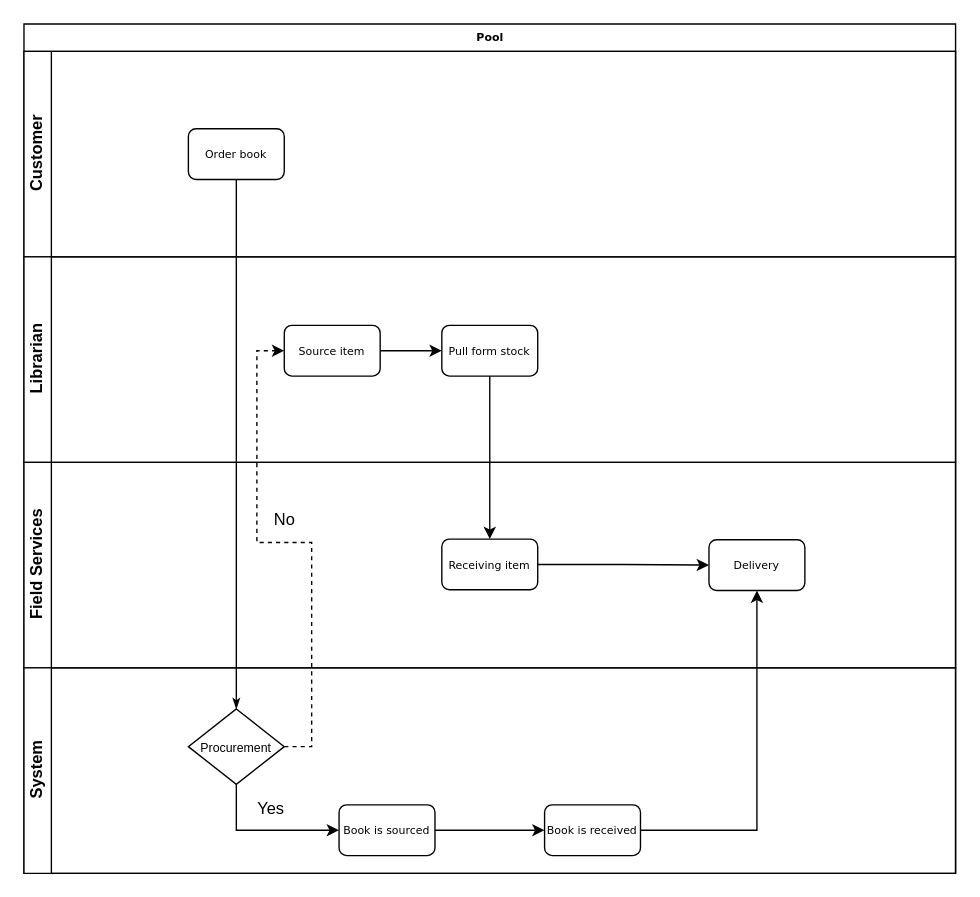
The draw.io diagram flow-chart-order.drawio in thang21022000/UseCaseFinalProject, before the edit. Source tidied: cells renumbered, new cells numbered last; positions are measured from the earlier drawing's top-left corner, leaving out a move shared by most shapes. Both pictures are drawn from the tidied source at 137%, with x=0, y=0 at pixel (23, 23).
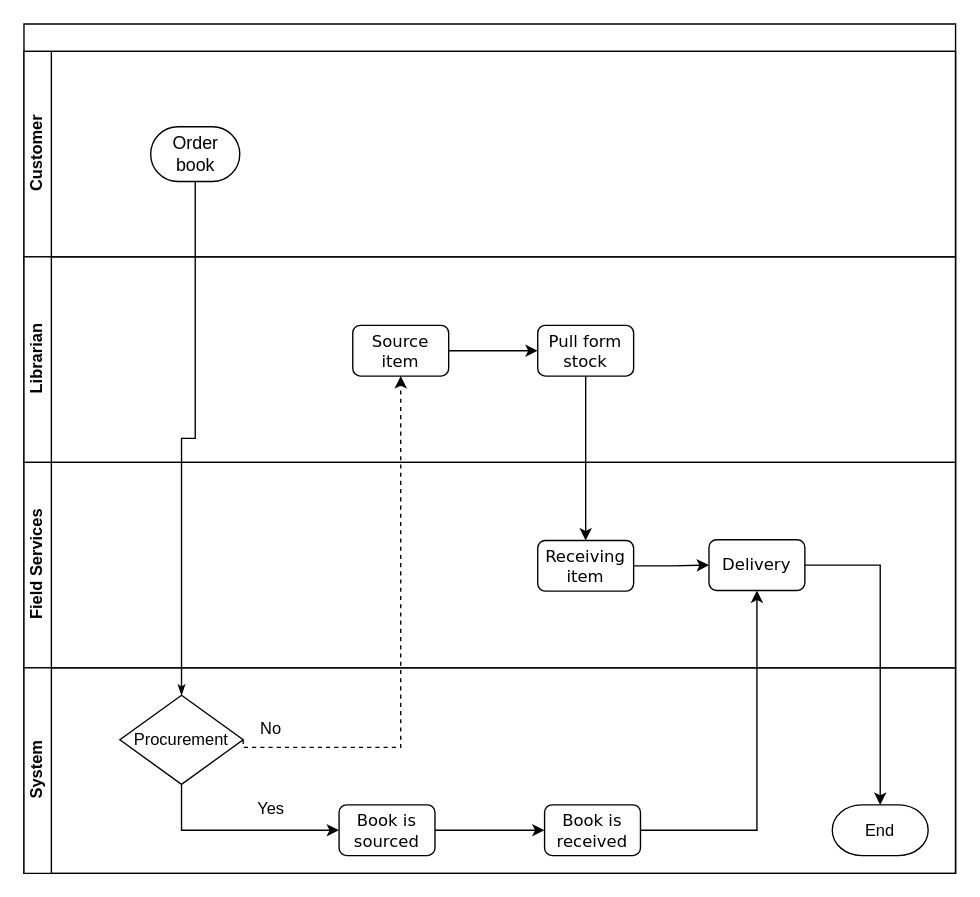
Above is the later version.

The change refers to these unchanged cells:
```xml
<mxCell id="3" value="Customer" style="swimlane;html=1;startSize=20;horizontal=0;" parent="2" vertex="1">
  <mxGeometry y="20" width="680" height="150" as="geometry" />
</mxCell>
<mxCell id="5" value="Librarian" style="swimlane;html=1;startSize=20;horizontal=0;" parent="2" vertex="1">
  <mxGeometry y="170" width="680" height="150" as="geometry" />
</mxCell>
<mxCell id="9" value="Field Services" style="swimlane;html=1;startSize=20;horizontal=0;" parent="2" vertex="1">
  <mxGeometry y="320" width="680" height="150" as="geometry" />
</mxCell>
<mxCell id="17" value="System" style="swimlane;html=1;startSize=20;horizontal=0;" parent="2" vertex="1">
  <mxGeometry y="470" width="680" height="150" as="geometry" />
</mxCell>
```

What changed in the source:
```diff
@@
-    <mxCell id="2" value="Pool" style="swimlane;html=1;horizontal=1;startSize=20;rounded=0;shadow=0;labelBackgroundColor=none;strokeWidth=1;fontFamily=Verdana;fontSize=8;align=center;" parent="1" vertex="1">
+    <mxCell id="2" style="swimlane;html=1;horizontal=1;startSize=20;rounded=0;shadow=0;labelBackgroundColor=none;strokeWidth=1;fontFamily=Verdana;fontSize=8;align=center;" parent="1" vertex="1">
       <mxGeometry width="680" height="620" as="geometry" />
     </mxCell>
@@
-    <mxCell id="4" value="Order book" style="rounded=1;whiteSpace=wrap;html=1;shadow=0;labelBackgroundColor=none;strokeWidth=1;fontFamily=Verdana;fontSize=8;align=center;" parent="3" vertex="1">
-      <mxGeometry x="120" y="56.5" width="70" height="37" as="geometry" />
+    <mxCell id="4" value="&lt;font style=&quot;font-size: 13px;&quot;&gt;Order book&lt;/font&gt;" style="strokeWidth=1;html=1;shape=mxgraph.flowchart.terminator;whiteSpace=wrap;" parent="3" vertex="1">
+      <mxGeometry x="92.5" y="55" width="65" height="40" as="geometry" />
     </mxCell>
@@
-    <mxCell id="6" value="Source item" style="rounded=1;whiteSpace=wrap;html=1;shadow=0;labelBackgroundColor=none;strokeWidth=1;fontFamily=Verdana;fontSize=8;align=center;" parent="5" vertex="1">
-      <mxGeometry x="190" y="50" width="70" height="37" as="geometry" />
+    <mxCell id="6" value="&lt;font style=&quot;font-size: 12px;&quot;&gt;Source item&lt;/font&gt;" style="rounded=1;whiteSpace=wrap;html=1;shadow=0;labelBackgroundColor=none;strokeWidth=1;fontFamily=Verdana;fontSize=8;align=center;" parent="5" vertex="1">
+      <mxGeometry x="240" y="50" width="70" height="37" as="geometry" />
     </mxCell>
-    <mxCell id="7" value="Pull form stock" style="rounded=1;whiteSpace=wrap;html=1;shadow=0;labelBackgroundColor=none;strokeWidth=1;fontFamily=Verdana;fontSize=8;align=center;" parent="5" vertex="1">
-      <mxGeometry x="305" y="50" width="70" height="37" as="geometry" />
+    <mxCell id="7" value="&lt;font style=&quot;font-size: 12px;&quot;&gt;Pull form stock&lt;/font&gt;" style="rounded=1;whiteSpace=wrap;html=1;shadow=0;labelBackgroundColor=none;strokeWidth=1;fontFamily=Verdana;fontSize=8;align=center;" parent="5" vertex="1">
+      <mxGeometry x="375" y="50" width="70" height="37" as="geometry" />
     </mxCell>
@@
-    <mxCell id="11" value="Receiving item" style="rounded=1;whiteSpace=wrap;html=1;shadow=0;labelBackgroundColor=none;strokeWidth=1;fontFamily=Verdana;fontSize=8;align=center;" parent="9" vertex="1">
-      <mxGeometry x="305" y="56" width="70" height="37" as="geometry" />
+    <mxCell id="11" value="&lt;font style=&quot;font-size: 12px;&quot;&gt;Receiving item&lt;/font&gt;" style="rounded=1;whiteSpace=wrap;html=1;shadow=0;labelBackgroundColor=none;strokeWidth=1;fontFamily=Verdana;fontSize=8;align=center;" parent="9" vertex="1">
+      <mxGeometry x="375" y="57" width="70" height="37" as="geometry" />
     </mxCell>
-    <mxCell id="12" value="Delivery" style="rounded=1;whiteSpace=wrap;html=1;shadow=0;labelBackgroundColor=none;strokeWidth=1;fontFamily=Verdana;fontSize=8;align=center;" parent="9" vertex="1">
+    <mxCell id="12" value="&lt;font style=&quot;font-size: 12px;&quot;&gt;Delivery&lt;/font&gt;" style="rounded=1;whiteSpace=wrap;html=1;shadow=0;labelBackgroundColor=none;strokeWidth=1;fontFamily=Verdana;fontSize=8;align=center;" parent="9" vertex="1">
       <mxGeometry x="500" y="56.5" width="70" height="37" as="geometry" />
     </mxCell>
-    <mxCell id="13" value="No" style="text;html=1;align=center;verticalAlign=middle;strokeColor=none;fillColor=none;" parent="9" vertex="1">
-      <mxGeometry x="170" y="26.5" width="40" height="30" as="geometry" />
-    </mxCell>
-    <mxCell id="14" style="edgeStyle=orthogonalEdgeStyle;rounded=0;html=1;labelBackgroundColor=none;startArrow=none;startFill=0;startSize=5;endArrow=classicThin;endFill=1;endSize=5;jettySize=auto;strokeWidth=1;fontFamily=Verdana;fontSize=8;entryX=0.5;entryY=0;entryDx=0;entryDy=0;entryPerimeter=0;" parent="2" edge="1" source="4" target="19">
+    <mxCell id="14" style="edgeStyle=orthogonalEdgeStyle;rounded=0;html=1;labelBackgroundColor=none;startArrow=none;startFill=0;startSize=5;endArrow=classicThin;endFill=1;endSize=5;jettySize=auto;strokeWidth=1;fontFamily=Verdana;fontSize=8;entryX=0.5;entryY=0;entryDx=0;entryDy=0;entryPerimeter=0;exitX=0.5;exitY=1;exitDx=0;exitDy=0;exitPerimeter=0;" parent="2" edge="1" source="4" target="19">
       <mxGeometry relative="1" as="geometry" />
     </mxCell>
-    <mxCell id="15" style="edgeStyle=orthogonalEdgeStyle;rounded=0;jettySize=auto;html=1;entryX=0;entryY=0.5;entryDx=0;entryDy=0;dashed=1;exitX=1;exitY=0.5;exitDx=0;exitDy=0;exitPerimeter=0;" parent="2" edge="1" source="19" target="6">
-      <mxGeometry relative="1" as="geometry" />
+    <mxCell id="15" style="edgeStyle=orthogonalEdgeStyle;rounded=0;jettySize=auto;html=1;entryX=0.5;entryY=1;entryDx=0;entryDy=0;dashed=1;exitX=1;exitY=0.5;exitDx=0;exitDy=0;exitPerimeter=0;" parent="2" edge="1" source="19" target="6">
+      <mxGeometry relative="1" as="geometry">
+        <Array as="points">
+          <mxPoint x="275" y="528" />
+        </Array>
+      </mxGeometry>
     </mxCell>
@@
-    <mxCell id="19" value="&lt;font style=&quot;font-size: 9px;&quot;&gt;Procurement&lt;/font&gt;" style="strokeWidth=1;html=1;shape=mxgraph.flowchart.decision;whiteSpace=wrap;" parent="17" vertex="1">
-      <mxGeometry x="120" y="30" width="70" height="55" as="geometry" />
+    <mxCell id="19" value="&lt;font style=&quot;font-size: 12px;&quot;&gt;Procurement&lt;/font&gt;" style="strokeWidth=1;html=1;shape=mxgraph.flowchart.decision;whiteSpace=wrap;" parent="17" vertex="1">
+      <mxGeometry x="70" y="20" width="90" height="65" as="geometry" />
     </mxCell>
@@
-    <mxCell id="21" value="Book is sourced" style="rounded=1;whiteSpace=wrap;html=1;shadow=0;labelBackgroundColor=none;strokeWidth=1;fontFamily=Verdana;fontSize=8;align=center;" parent="17" vertex="1">
+    <mxCell id="21" value="&lt;font style=&quot;font-size: 12px;&quot;&gt;Book is sourced&lt;/font&gt;" style="rounded=1;whiteSpace=wrap;html=1;shadow=0;labelBackgroundColor=none;strokeWidth=1;fontFamily=Verdana;fontSize=8;align=center;" parent="17" vertex="1">
       <mxGeometry x="230" y="100" width="70" height="37" as="geometry" />
     </mxCell>
-    <mxCell id="22" value="Book is received" style="rounded=1;whiteSpace=wrap;html=1;shadow=0;labelBackgroundColor=none;strokeWidth=1;fontFamily=Verdana;fontSize=8;align=center;" parent="17" vertex="1">
+    <mxCell id="22" value="&lt;font style=&quot;font-size: 12px;&quot;&gt;Book is received&lt;/font&gt;" style="rounded=1;whiteSpace=wrap;html=1;shadow=0;labelBackgroundColor=none;strokeWidth=1;fontFamily=Verdana;fontSize=8;align=center;" parent="17" vertex="1">
       <mxGeometry x="380" y="100" width="70" height="37" as="geometry" />
     </mxCell>
+    <mxCell id="13" value="No" style="text;html=1;align=center;verticalAlign=middle;strokeColor=none;fillColor=none;" parent="17" vertex="1">
+      <mxGeometry x="160" y="30" width="40" height="30" as="geometry" />
+    </mxCell>
+    <mxCell id="25" value="End" style="strokeWidth=1;html=1;shape=mxgraph.flowchart.terminator;whiteSpace=wrap;" parent="17" vertex="1">
+      <mxGeometry x="590" y="100" width="70" height="37" as="geometry" />
+    </mxCell>
@@
+    <mxCell id="26" style="edgeStyle=orthogonalEdgeStyle;rounded=0;jettySize=auto;html=1;entryX=0.5;entryY=0;entryDx=0;entryDy=0;entryPerimeter=0;" parent="2" edge="1" source="12" target="25">
+      <mxGeometry relative="1" as="geometry" />
+    </mxCell>
```
